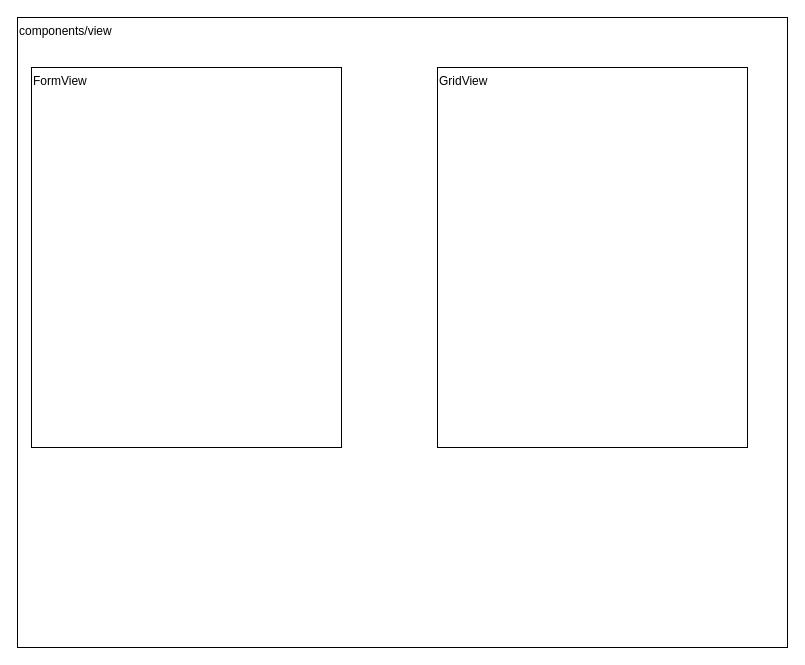
Before: dbsheet项目组织图.drawio in Ekko306/diagrams.net, a draw.io diagram. Source tidied: cells renumbered, new cells numbered last; positions are measured from the earlier drawing's top-left corner, leaving out a move shared by most shapes. Both pictures are drawn from the tidied source at 100%, with x=0, y=0 at pixel (17, 17).
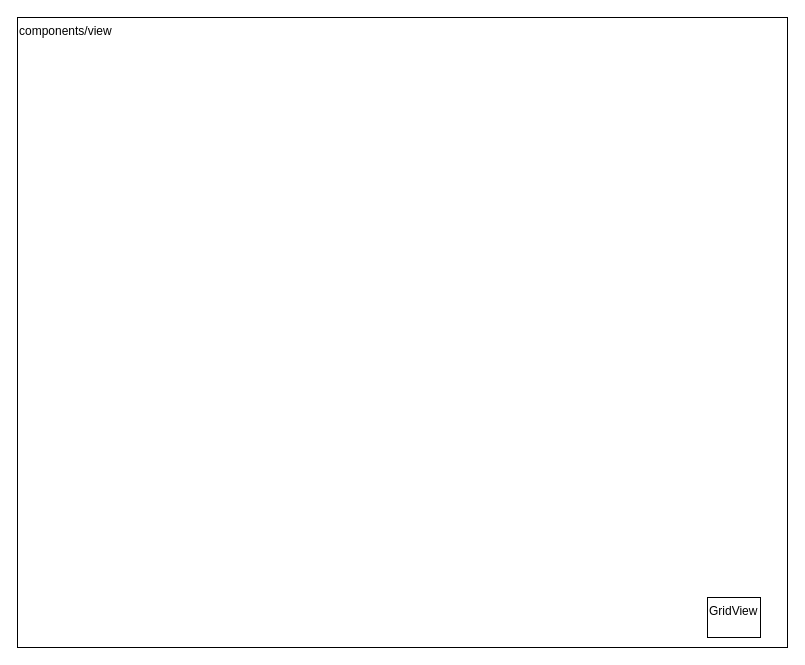
The same diagram, later.

Commit message (it also covers changes not shown here):
更新dbsheet项目组织图.drawio

Change to the diagram source:
```diff
@@
 <mxGraphModel>
   <root>
     <mxCell id="0" />
     <mxCell id="1" parent="0" />
     <mxCell id="2" value="components/view" style="whiteSpace=wrap;html=1;align=left;verticalAlign=top;" parent="1" vertex="1">
       <mxGeometry width="770" height="630" as="geometry" />
     </mxCell>
-    <mxCell id="3" value="FormView" style="whiteSpace=wrap;html=1;align=left;verticalAlign=top;" parent="1" vertex="1">
-      <mxGeometry x="14" y="50" width="310" height="380" as="geometry" />
-    </mxCell>
     <mxCell id="4" value="GridView" style="whiteSpace=wrap;html=1;align=left;verticalAlign=top;" parent="1" vertex="1">
-      <mxGeometry x="420" y="50" width="310" height="380" as="geometry" />
+      <mxGeometry x="690" y="580" width="53" height="40" as="geometry" />
     </mxCell>
   </root>
 </mxGraphModel>
```
